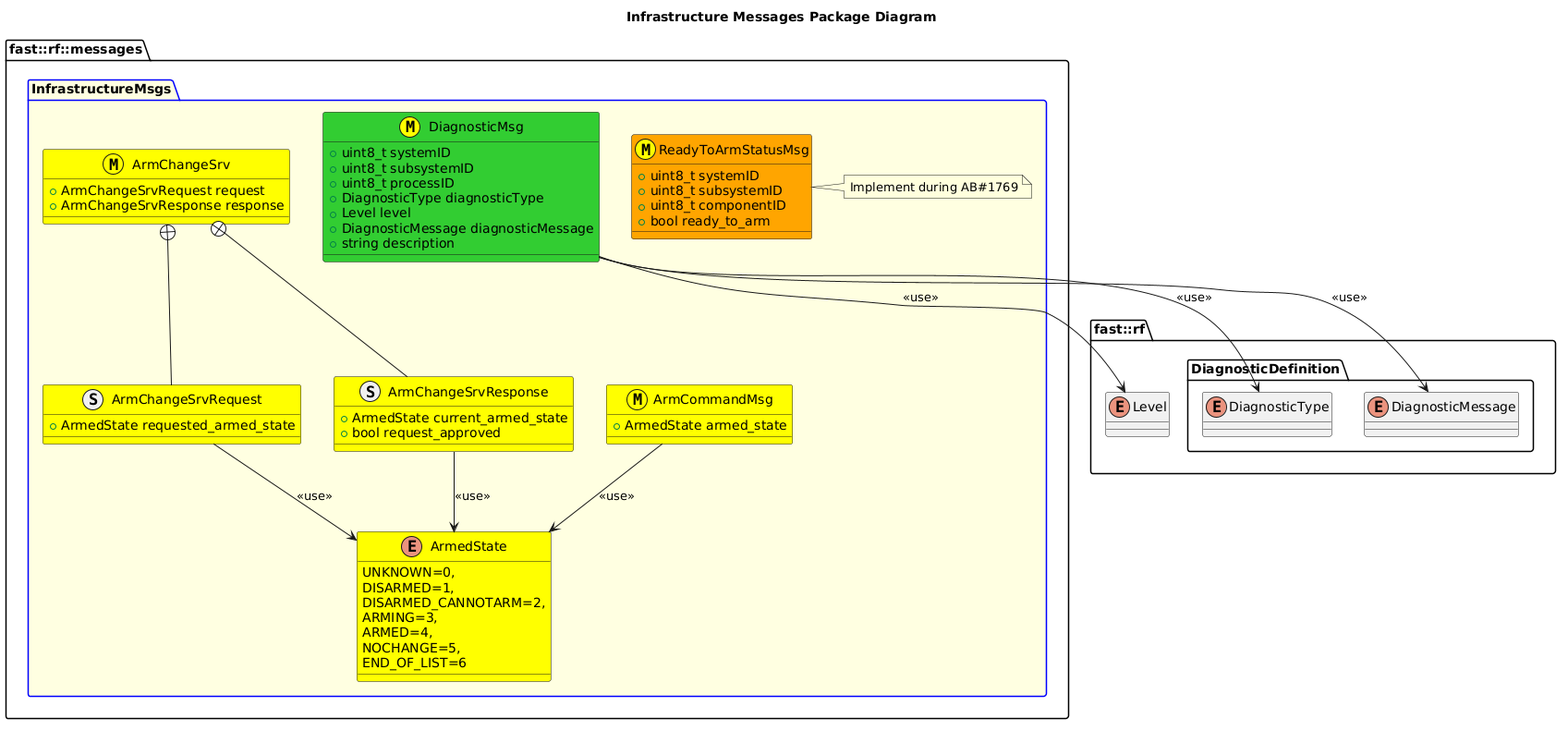
The PlantUML diagram msgs/InfrastructureMsgs/doc/puml/InfrastructureMessagesClassDiagram.png in fastrobotics/robot_framework, before a commit.
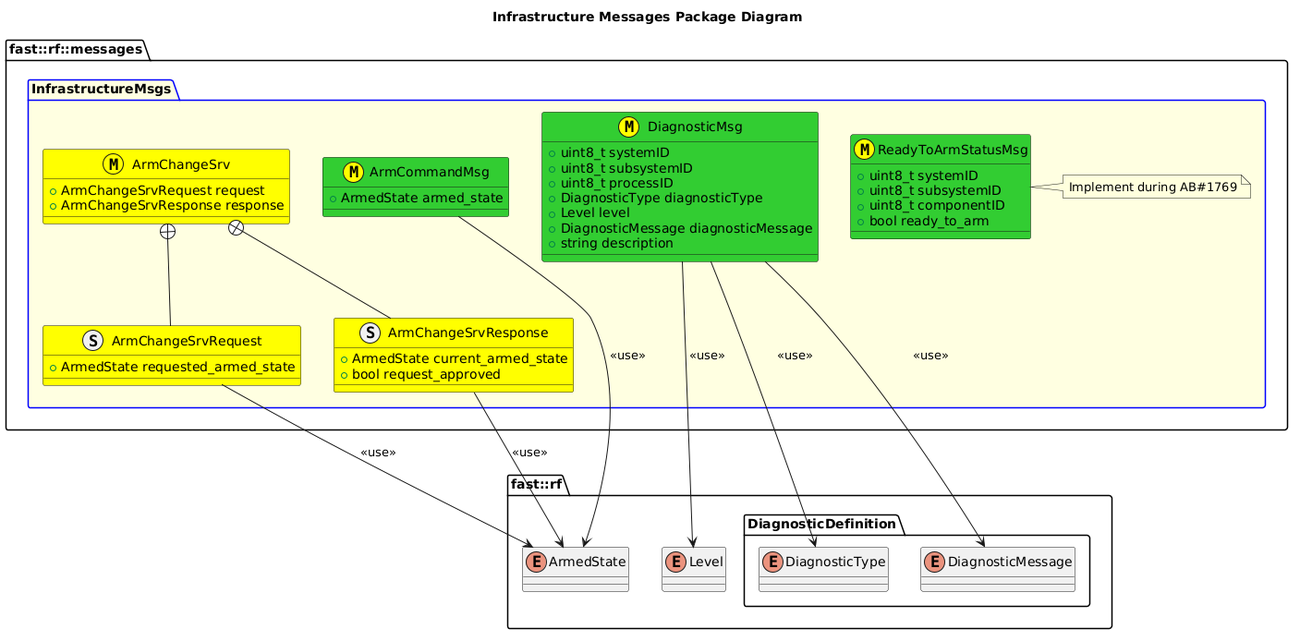
The same diagram one commit later.

Diff of the diagram source:
```diff
@@ -6,21 +6,13 @@
     enum DiagnosticType
     enum DiagnosticMessage
   }
+  enum ArmedState
 
 }
 namespace fast::rf::messages {
   package InfrastructureMsgs #LightYellow;line:blue  {
-    enum ArmedState #Yellow {
-      UNKNOWN=0,
-      DISARMED=1,
-      DISARMED_CANNOTARM=2,
-      ARMING=3,
-      ARMED=4,
-      NOCHANGE=5,
-      END_OF_LIST=6
 
-    }
-    class ArmCommandMsg <<(M,#FFFF00)>> #Yellow {
+    class ArmCommandMsg <<(M,#FFFF00)>> #LimeGreen {
       +ArmedState armed_state
     }
     ArmCommandMsg --> ArmedState: <<use>>
@@ -41,7 +33,7 @@
     }
     ArmChangeSrv +-- ArmChangeSrvRequest
     ArmChangeSrv +-- ArmChangeSrvResponse
-    class ReadyToArmStatusMsg <<(M,#FFFF00)>> #Orange {
+    class ReadyToArmStatusMsg <<(M,#FFFF00)>> #LimeGreen {
       +uint8_t systemID
       +uint8_t subsystemID
       +uint8_t componentID
```
